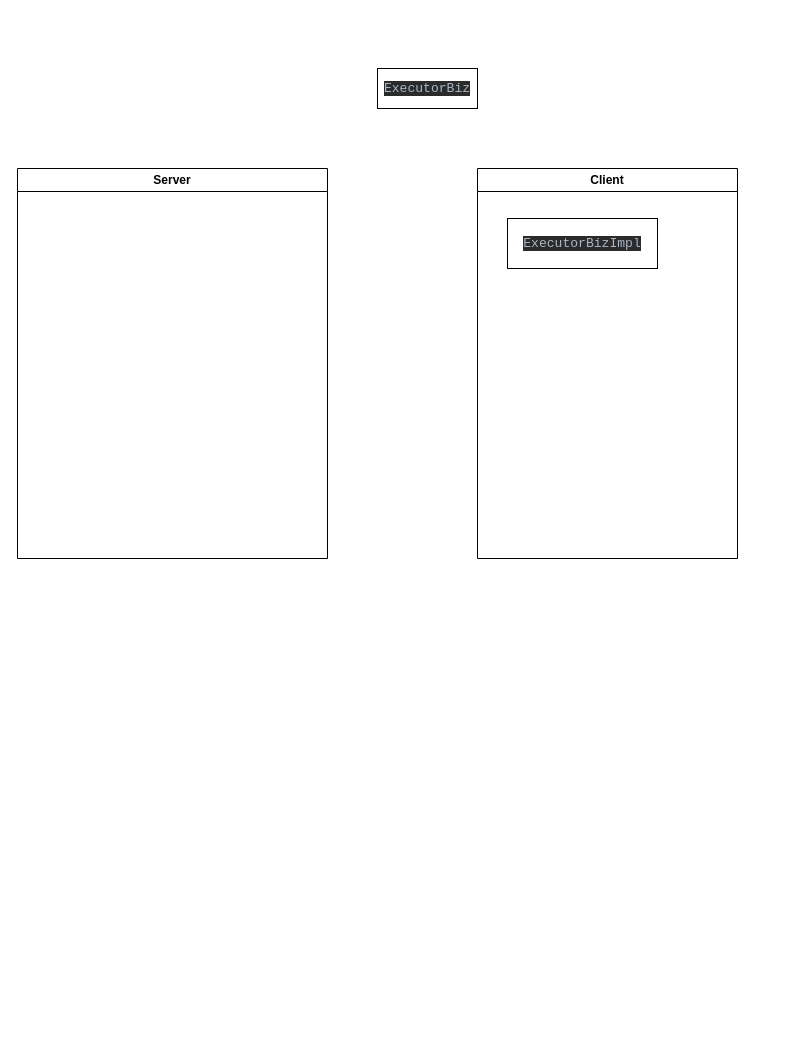
This is xxl-job.drawio from namehehe/drawio, a draw.io file, before an edit. Source tidied: cells renumbered, new cells numbered last; positions are measured from the earlier drawing's top-left corner, leaving out a move shared by most shapes. Both pictures are drawn from the tidied source at 100%, with x=0, y=0 at pixel (17, 68).
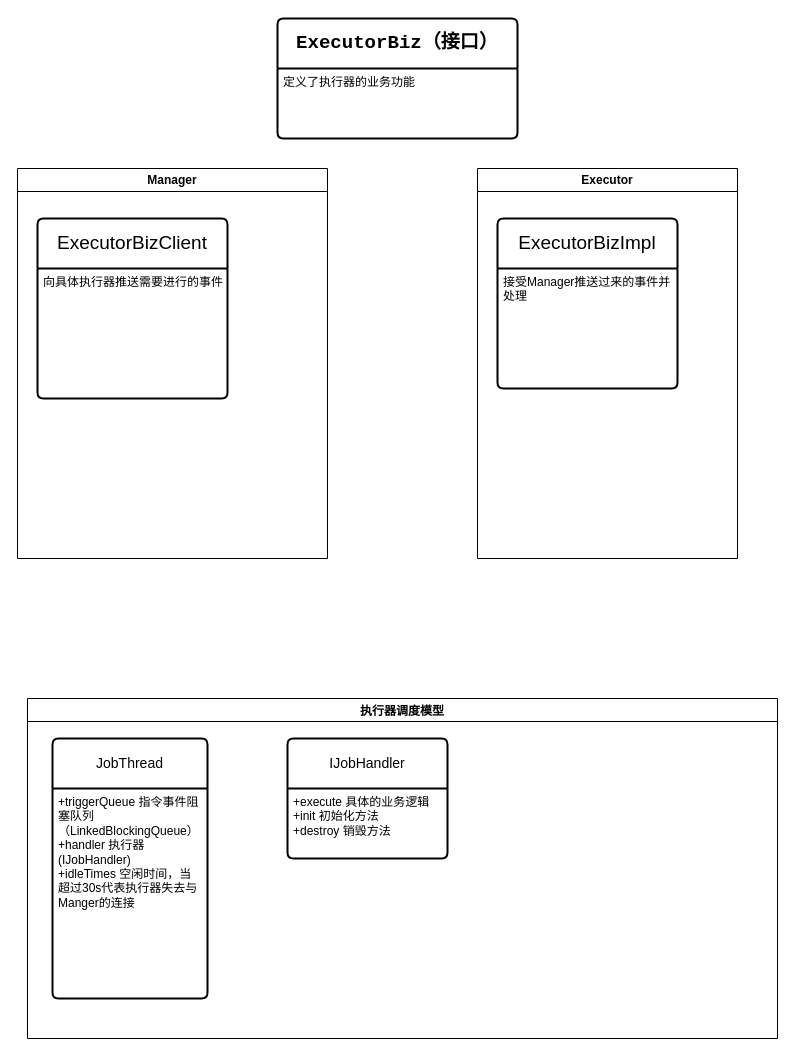
After the change.

The edit, as a diff of the source:
```diff
@@
 <mxGraphModel>
   <root>
     <mxCell id="0" />
     <mxCell id="1" parent="0" />
-    <mxCell id="2" value="Server" style="swimlane;whiteSpace=wrap;html=1;" parent="1" vertex="1">
+    <mxCell id="2" value="Manager" style="swimlane;whiteSpace=wrap;html=1;" parent="1" vertex="1">
       <mxGeometry y="100" width="310" height="390" as="geometry" />
     </mxCell>
-    <mxCell id="3" value="&lt;div style=&quot;background-color:#2b2b2b;color:#a9b7c6&quot;&gt;&lt;pre style=&quot;font-family:'JetBrains Mono',monospace;font-size:9.8pt;&quot;&gt;ExecutorBiz&lt;/pre&gt;&lt;/div&gt;" style="whiteSpace=wrap;html=1;align=center;" parent="1" vertex="1">
-      <mxGeometry x="360" width="100" height="40" as="geometry" />
-    </mxCell>
+    <mxCell id="6" value="&lt;font style=&quot;font-size: 19px;&quot;&gt;ExecutorBizClient&lt;/font&gt;" style="swimlane;horizontal=1;startSize=50;rounded=1;fontSize=14;fontStyle=0;strokeWidth=2;shadow=0;dashed=0;align=center;arcSize=4;whiteSpace=wrap;html=1;" parent="2" vertex="1">
+      <mxGeometry x="20" y="50" width="190" height="180" as="geometry" />
+    </mxCell>
+    <mxCell id="7" value="向具体执行器推送需要进行的事件" style="align=left;strokeColor=none;fillColor=none;spacingLeft=4;spacingRight=4;fontSize=12;verticalAlign=top;html=1;whiteSpace=wrap;" parent="6" vertex="1">
+      <mxGeometry y="50" width="190" height="130" as="geometry" />
+    </mxCell>
-    <mxCell id="4" value="Client" style="swimlane;whiteSpace=wrap;html=1;startSize=23;" parent="1" vertex="1">
+    <mxCell id="4" value="Executor" style="swimlane;whiteSpace=wrap;html=1;startSize=23;" parent="1" vertex="1">
       <mxGeometry x="460" y="100" width="260" height="390" as="geometry" />
     </mxCell>
-    <mxCell id="5" value="&lt;div style=&quot;background-color:#2b2b2b;color:#a9b7c6&quot;&gt;&lt;pre style=&quot;font-family:'JetBrains Mono',monospace;font-size:9.8pt;&quot;&gt;ExecutorBizImpl&lt;/pre&gt;&lt;/div&gt;" style="whiteSpace=wrap;html=1;align=center;" parent="4" vertex="1">
-      <mxGeometry x="30" y="50" width="150" height="50" as="geometry" />
+    <mxCell id="5" value="&lt;font style=&quot;font-size: 19px;&quot;&gt;ExecutorBizImpl&lt;/font&gt;" style="swimlane;horizontal=1;startSize=50;rounded=1;fontSize=14;fontStyle=0;strokeWidth=2;shadow=0;dashed=0;align=center;arcSize=4;whiteSpace=wrap;html=1;" parent="4" vertex="1">
+      <mxGeometry x="20" y="50" width="180" height="170" as="geometry" />
     </mxCell>
+    <mxCell id="8" value="接受Manager推送过来的事件并处理" style="align=left;strokeColor=none;fillColor=none;spacingLeft=4;spacingRight=4;fontSize=12;verticalAlign=top;html=1;whiteSpace=wrap;" parent="5" vertex="1">
+      <mxGeometry y="50" width="180" height="120" as="geometry" />
+    </mxCell>
+    <mxCell id="9" value="&lt;pre style=&quot;font-family: &amp;quot;JetBrains Mono&amp;quot;, monospace;&quot;&gt;&lt;font style=&quot;color: rgb(0, 0, 0); font-size: 19.0667px;&quot;&gt;&lt;b style=&quot;&quot;&gt;ExecutorBiz（接口）&lt;/b&gt;&lt;/font&gt;&lt;/pre&gt;" style="swimlane;horizontal=1;startSize=50;rounded=1;fontSize=14;fontStyle=0;strokeWidth=2;shadow=0;dashed=0;align=center;arcSize=4;whiteSpace=wrap;html=1;" parent="1" vertex="1">
+      <mxGeometry x="260" y="-50" width="240" height="120" as="geometry" />
+    </mxCell>
+    <mxCell id="10" value="定义了执行器的业务功能" style="align=left;strokeColor=none;fillColor=none;spacingLeft=4;spacingRight=4;fontSize=12;verticalAlign=top;html=1;whiteSpace=wrap;" parent="9" vertex="1">
+      <mxGeometry y="50" width="240" height="70" as="geometry" />
+    </mxCell>
+    <mxCell id="11" value="执行器调度模型" style="swimlane;" parent="1" vertex="1">
+      <mxGeometry x="10" y="630" width="750" height="340" as="geometry" />
+    </mxCell>
+    <mxCell id="12" value="JobThread" style="swimlane;horizontal=1;startSize=50;rounded=1;fontSize=14;fontStyle=0;strokeWidth=2;shadow=0;dashed=0;align=center;arcSize=4;whiteSpace=wrap;html=1;" parent="11" vertex="1">
+      <mxGeometry x="25" y="40" width="155" height="260" as="geometry" />
+    </mxCell>
+    <mxCell id="13" value="+triggerQueue 指令事件阻塞队列（LinkedBlockingQueue）&lt;br&gt;+handler 执行器(IJobHandler)&lt;br&gt;+idleTimes 空闲时间，当超过30s代表执行器失去与Manger的连接" style="align=left;strokeColor=none;fillColor=none;spacingLeft=4;spacingRight=4;fontSize=12;verticalAlign=top;html=1;whiteSpace=wrap;" parent="12" vertex="1">
+      <mxGeometry y="50" width="155" height="210" as="geometry" />
+    </mxCell>
+    <mxCell id="14" value="IJobHandler" style="swimlane;horizontal=1;startSize=50;rounded=1;fontSize=14;fontStyle=0;strokeWidth=2;shadow=0;dashed=0;align=center;arcSize=4;whiteSpace=wrap;html=1;" parent="11" vertex="1">
+      <mxGeometry x="260" y="40" width="160" height="120" as="geometry" />
+    </mxCell>
+    <mxCell id="15" value="+execute 具体的业务逻辑&lt;br&gt;+init 初始化方法&lt;br&gt;+destroy 销毁方法" style="align=left;strokeColor=none;fillColor=none;spacingLeft=4;spacingRight=4;fontSize=12;verticalAlign=top;html=1;whiteSpace=wrap;" parent="14" vertex="1">
+      <mxGeometry y="50" width="160" height="70" as="geometry" />
+    </mxCell>
   </root>
 </mxGraphModel>
```
